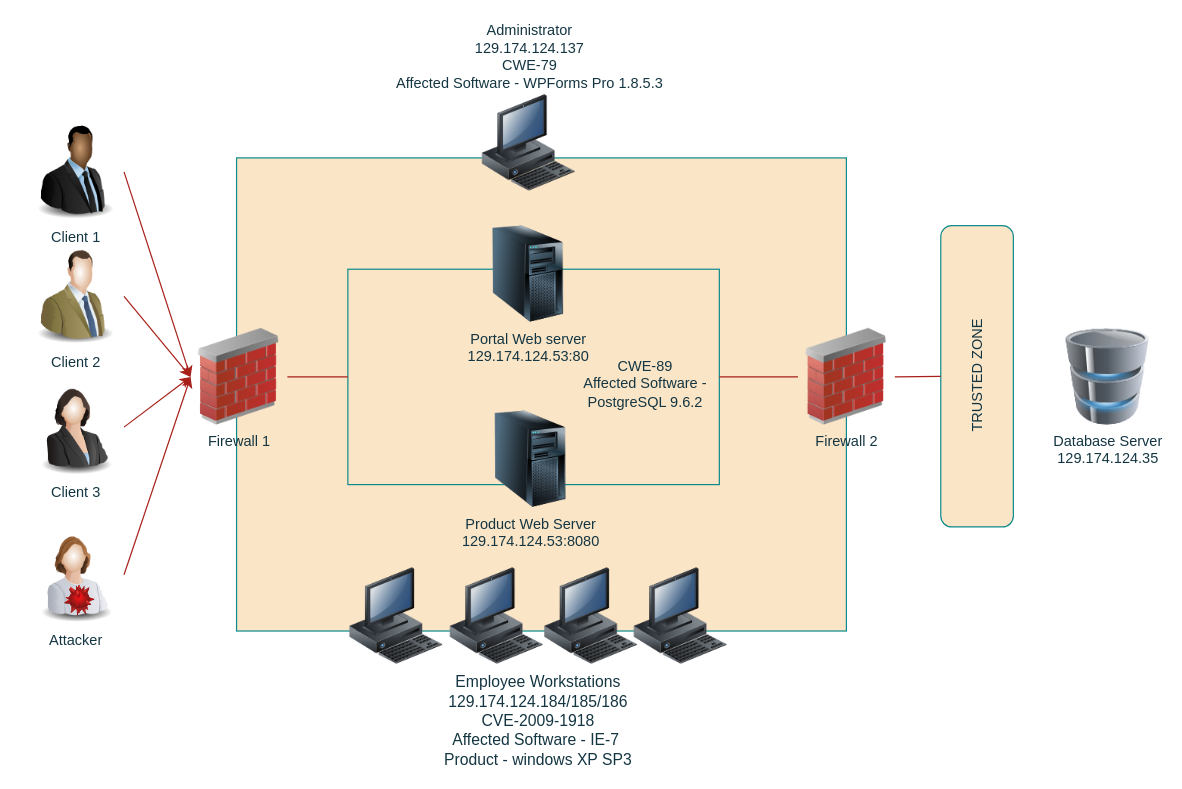
Before: Untitled Diagram.drawio in Akshitha181203/BTP, a draw.io diagram. Source tidied: cells renumbered, new cells numbered last; positions are measured from the earlier drawing's top-left corner, leaving out a move shared by most shapes. Both pictures are drawn from the tidied source at 121%, with x=0, y=0 at pixel (27, 94).
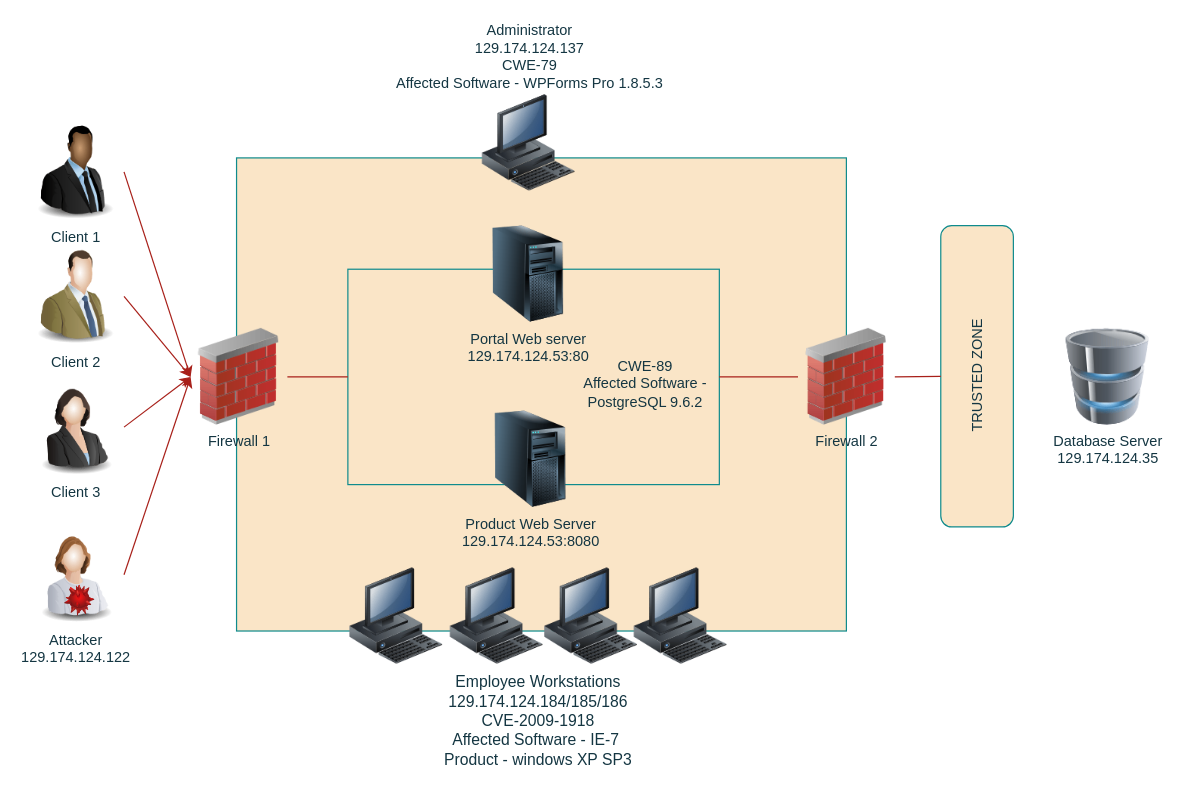
The same diagram, later.

The edit, as a diff of the source:
```diff
@@
-    <mxCell id="8" value="Attacker" style="image;html=1;image=img/lib/clip_art/people/Worker_Woman_128x128.png;labelBackgroundColor=none;fillColor=#FAE5C7;strokeColor=#0F8B8D;fontColor=#143642;" parent="1" vertex="1">
+    <mxCell id="8" value="Attacker&lt;div&gt;129.174.124.122&lt;/div&gt;&lt;div&gt;&lt;br&gt;&lt;/div&gt;" style="image;html=1;image=img/lib/clip_art/people/Worker_Woman_128x128.png;labelBackgroundColor=none;fillColor=#FAE5C7;strokeColor=#0F8B8D;fontColor=#143642;" parent="1" vertex="1">
       <mxGeometry y="356.5" width="80" height="80" as="geometry" />
     </mxCell>
```
